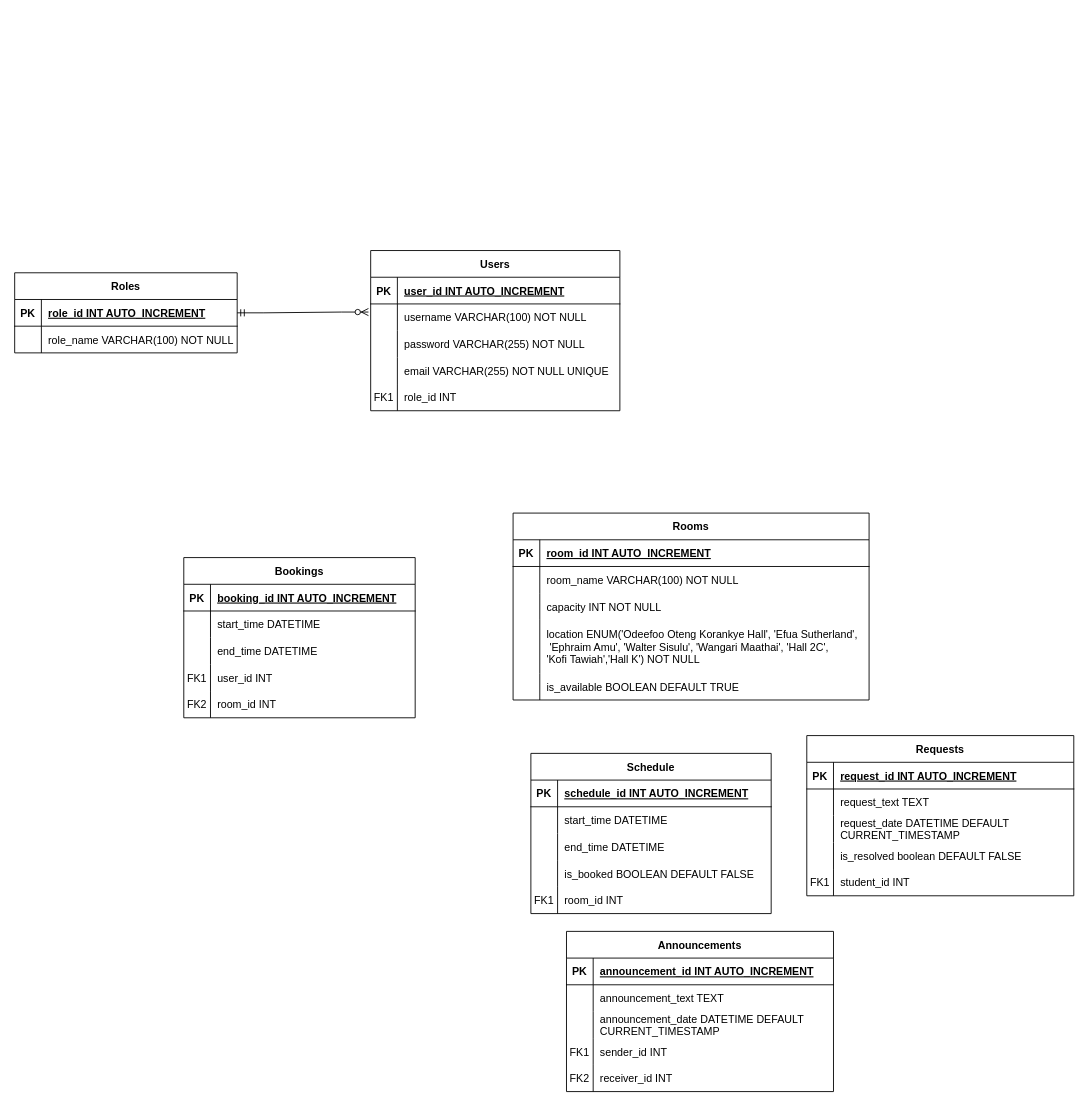
Above: WebTechFinalProject/db/Untitled Diagram.drawio in Lamiorkor/WebTech_A_Team3 (draw.io), before the change. Source tidied: cells renumbered, new cells numbered last; positions are measured from the earlier drawing's top-left corner, leaving out a move shared by most shapes. Both pictures are drawn from the tidied source at 89%, with x=0, y=0 at pixel (14, 250).
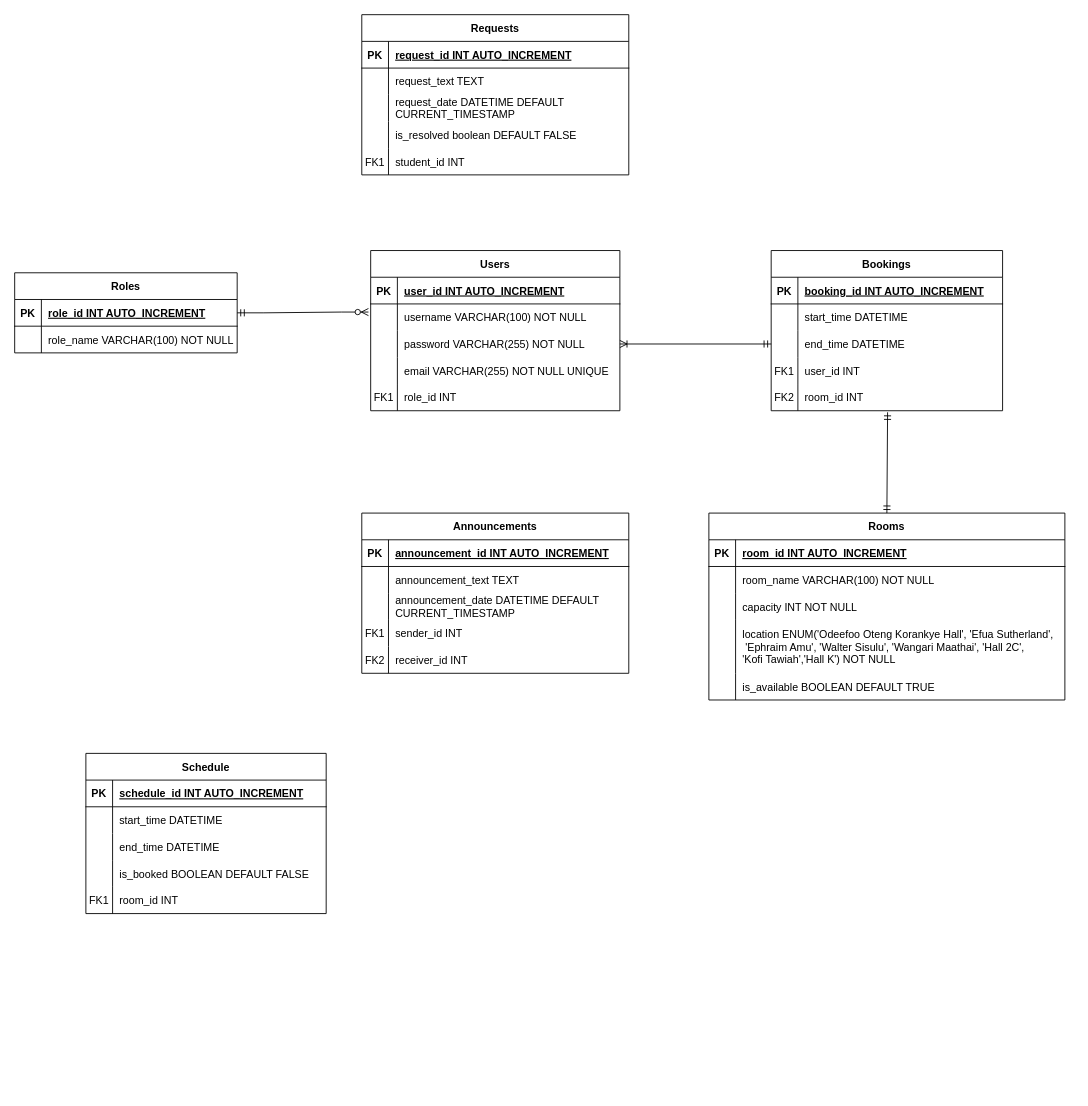
The same diagram, later.

Unchanged cells that the change refers to:
```xml
<mxCell id="16" style="shape=partialRectangle;fillColor=none;points=[[0,0.5],[1,0.5]];portConstraint=eastwest;top=0;left=0;right=0;bottom=0;" parent="9" vertex="1">
  <mxGeometry y="90" width="280" height="30" as="geometry" />
</mxCell>
<mxCell id="48" style="shape=partialRectangle;fillColor=none;points=[[0,0.5],[1,0.5]];portConstraint=eastwest;top=0;left=0;right=0;bottom=0;" parent="41" vertex="1">
  <mxGeometry y="90" width="260" height="30" as="geometry" />
</mxCell>
<mxCell id="54" style="shape=partialRectangle;fillColor=none;points=[[0,0.5],[1,0.5]];portConstraint=eastwest;top=0;left=0;right=0;bottom=0;" parent="41" vertex="1">
  <mxGeometry y="150" width="260" height="30" as="geometry" />
</mxCell>
```

What changed in the source:
```diff
@@
     <mxCell id="25" value="Rooms" style="shape=table;startSize=30;childLayout=tableLayout;rowLines=0;fontStyle=1;align=center;" parent="1" vertex="1">
-      <mxGeometry x="560" y="295" width="400" height="210" as="geometry" />
+      <mxGeometry x="780" y="295" width="400" height="210" as="geometry" />
     </mxCell>
@@
     <mxCell id="41" value="Bookings" style="shape=table;startSize=30;childLayout=tableLayout;rowLines=0;fontStyle=1;align=center;" parent="1" vertex="1">
-      <mxGeometry x="190" y="345" width="260" height="180" as="geometry" />
+      <mxGeometry x="850" width="260" height="180" as="geometry" />
     </mxCell>
@@
     <mxCell id="57" value="Schedule" style="shape=table;startSize=30;childLayout=tableLayout;rowLines=0;fontStyle=1;align=center;" parent="1" vertex="1">
-      <mxGeometry x="580" y="565" width="270" height="180" as="geometry" />
+      <mxGeometry x="80" y="565" width="270" height="180" as="geometry" />
     </mxCell>
@@
     <mxCell id="74" value="Announcements" style="shape=table;startSize=30;childLayout=tableLayout;rowLines=0;fontStyle=1;align=center;" parent="1" vertex="1">
-      <mxGeometry x="620" y="765" width="300" height="180" as="geometry" />
+      <mxGeometry x="390" y="295" width="300" height="180" as="geometry" />
     </mxCell>
@@
     <mxCell id="90" value="Requests" style="shape=table;startSize=30;childLayout=tableLayout;rowLines=0;fontStyle=1;align=center;" parent="1" vertex="1">
-      <mxGeometry x="890" y="545" width="300" height="180" as="geometry" />
+      <mxGeometry x="390" y="-265" width="300" height="180" as="geometry" />
     </mxCell>
@@
+    <mxCell id="106" style="fontSize=12;html=1;endArrow=ERmandOne;startArrow=ERmandOne;rounded=0;exitX=0.5;exitY=0;exitDx=0;exitDy=0;entryX=0.503;entryY=1.058;entryDx=0;entryDy=0;entryPerimeter=0;" parent="1" edge="1" source="25" target="54">
+      <mxGeometry relative="1" as="geometry" />
+    </mxCell>
+    <mxCell id="107" style="fontSize=12;html=1;endArrow=ERoneToMany;startArrow=ERmandOne;rounded=0;entryX=1;entryY=0.5;entryDx=0;entryDy=0;exitX=0;exitY=0.5;exitDx=0;exitDy=0;" parent="1" edge="1" source="48" target="16">
+      <mxGeometry relative="1" as="geometry" />
+    </mxCell>
```
